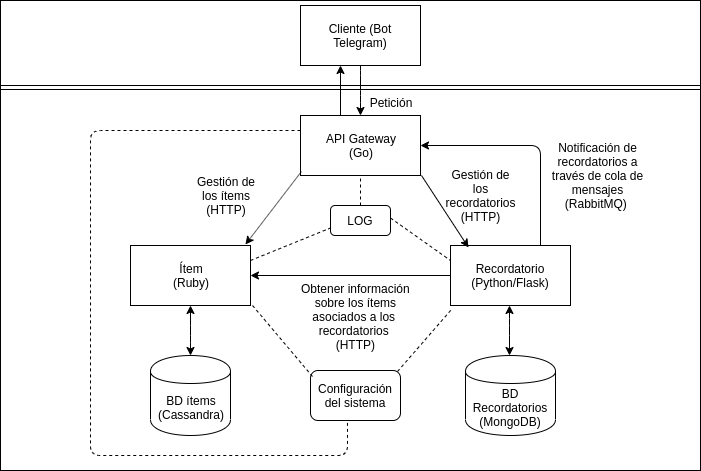
This is docs/images/arquitectura_cc.png from albertosml/PersonalAgenda, a draw.io export, as it was before one commit. Source tidied: cells renumbered, new cells last; positions are measured from the earlier drawing's top-left corner, leaving out a move shared by most shapes.
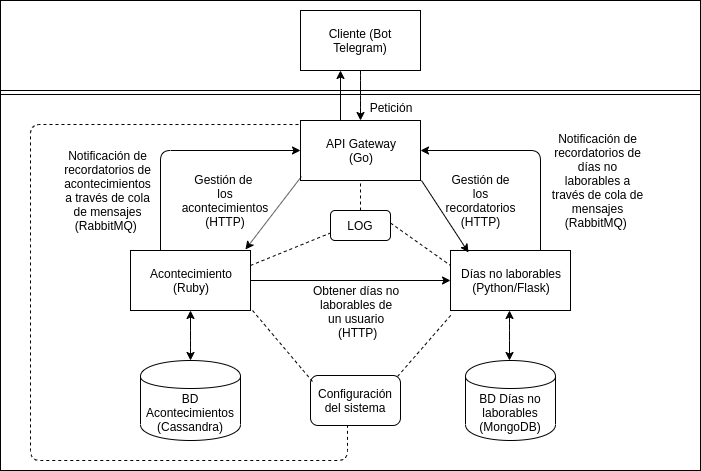
Above is the later version.

Change to the diagram source:
```diff
@@ -8,10 +8,10 @@
     <mxCell id="3" value="API Gateway&lt;br&gt;(Go)" style="rounded=0;whiteSpace=wrap;html=1;" parent="1" vertex="1">
       <mxGeometry x="300" y="115" width="120" height="60" as="geometry" />
     </mxCell>
-    <mxCell id="4" value="Ítem&lt;br&gt;(Ruby)" style="rounded=0;whiteSpace=wrap;html=1;" parent="1" vertex="1">
+    <mxCell id="4" value="Acontecimiento&lt;br&gt;(Ruby)" style="rounded=0;whiteSpace=wrap;html=1;" parent="1" vertex="1">
       <mxGeometry x="130" y="245" width="120" height="60" as="geometry" />
     </mxCell>
-    <mxCell id="5" value="Recordatorio&lt;br&gt;(Python/Flask)" style="rounded=0;whiteSpace=wrap;html=1;" parent="1" vertex="1">
+    <mxCell id="5" value="Días no laborables&lt;br&gt;(Python/Flask)" style="rounded=0;whiteSpace=wrap;html=1;" parent="1" vertex="1">
       <mxGeometry x="450" y="245" width="120" height="60" as="geometry" />
     </mxCell>
     <mxCell id="6" style="endArrow=classic;html=1;entryX=0.5;entryY=0;entryDx=0;entryDy=0;" parent="1" edge="1" target="3">
@@ -31,10 +31,10 @@
         <mxPoint x="421" y="175" as="sourcePoint" />
       </mxGeometry>
     </mxCell>
-    <mxCell id="9" value="BD ítems&lt;br&gt;(Cassandra)" style="shape=cylinder;whiteSpace=wrap;html=1;boundedLbl=1;backgroundOutline=1;" parent="1" vertex="1">
-      <mxGeometry x="150" y="355" width="80" height="80" as="geometry" />
+    <mxCell id="9" value="BD Acontecimientos&lt;br&gt;(Cassandra)" style="shape=cylinder;whiteSpace=wrap;html=1;boundedLbl=1;backgroundOutline=1;" parent="1" vertex="1">
+      <mxGeometry x="140" y="355" width="100" height="80" as="geometry" />
     </mxCell>
-    <mxCell id="10" value="BD Recordatorios&lt;br&gt;(MongoDB)" style="shape=cylinder;whiteSpace=wrap;html=1;boundedLbl=1;backgroundOutline=1;" parent="1" vertex="1">
+    <mxCell id="10" value="BD Días no laborables&lt;br&gt;(MongoDB)" style="shape=cylinder;whiteSpace=wrap;html=1;boundedLbl=1;backgroundOutline=1;" parent="1" vertex="1">
       <mxGeometry x="465" y="355" width="90" height="80" as="geometry" />
     </mxCell>
     <mxCell id="11" style="endArrow=classic;startArrow=classic;html=1;" parent="1" edge="1">
@@ -58,18 +58,18 @@
     <mxCell id="13" value="Petición" style="text;html=1;strokeColor=none;fillColor=none;align=center;verticalAlign=middle;whiteSpace=wrap;rounded=0;" parent="1" vertex="1">
       <mxGeometry x="370" y="92" width="40" height="20" as="geometry" />
     </mxCell>
-    <mxCell id="14" value="Gestión de &lt;br&gt;los ítems&lt;br&gt;(HTTP)" style="text;html=1;strokeColor=none;fillColor=none;align=center;verticalAlign=middle;whiteSpace=wrap;rounded=0;" parent="1" vertex="1">
+    <mxCell id="14" value="Gestión de &lt;br&gt;los acontecimientos&lt;br&gt;(HTTP)" style="text;html=1;strokeColor=none;fillColor=none;align=center;verticalAlign=middle;whiteSpace=wrap;rounded=0;" parent="1" vertex="1">
       <mxGeometry x="190" y="185" width="70" height="20" as="geometry" />
     </mxCell>
     <mxCell id="15" value="Gestión de los recordatorios&lt;br&gt;(HTTP)" style="text;html=1;strokeColor=none;fillColor=none;align=center;verticalAlign=middle;whiteSpace=wrap;rounded=0;" parent="1" vertex="1">
       <mxGeometry x="450" y="185" width="60" height="20" as="geometry" />
     </mxCell>
-    <mxCell id="16" style="endArrow=classic;html=1;entryX=1;entryY=0.5;entryDx=0;entryDy=0;exitX=0;exitY=0.5;exitDx=0;exitDy=0;" parent="1" edge="1" source="5" target="4">
+    <mxCell id="16" style="endArrow=classic;html=1;exitX=1;exitY=0.5;exitDx=0;exitDy=0;entryX=0;entryY=0.5;entryDx=0;entryDy=0;" parent="1" edge="1" source="4" target="5">
       <mxGeometry relative="1" as="geometry" />
     </mxCell>
-    <mxCell id="17" value="Obtener información&lt;br&gt;sobre los ítems&lt;br&gt;asociados a los &lt;br&gt;recordatorios&amp;nbsp;&lt;br&gt;(HTTP)" style="text;html=1;align=center;verticalAlign=middle;labelBackgroundColor=#ffffff;" parent="16" vertex="1">
+    <mxCell id="17" value="Obtener días no &lt;br&gt;laborables de &lt;br&gt;un usuario&amp;nbsp;&lt;br&gt;(HTTP)" style="text;html=1;align=center;verticalAlign=middle;labelBackgroundColor=#ffffff;" parent="16" vertex="1">
       <mxGeometry x="0.13" y="-2" relative="1" as="geometry">
-        <mxPoint x="18" y="42" as="offset" />
+        <mxPoint x="-8" y="28" as="offset" />
       </mxGeometry>
     </mxCell>
     <mxCell id="18" value="Configuración del sistema" style="rounded=1;whiteSpace=wrap;html=1;" parent="1" vertex="1">
@@ -82,7 +82,7 @@
         </Array>
       </mxGeometry>
     </mxCell>
-    <mxCell id="20" value="Notificación de recordatorios a través de cola de mensajes (RabbitMQ)&amp;nbsp;" style="text;html=1;strokeColor=none;fillColor=none;align=center;verticalAlign=middle;whiteSpace=wrap;rounded=0;" parent="1" vertex="1">
+    <mxCell id="20" value="Notificación de recordatorios de días no laborables a través de cola de mensajes (RabbitMQ)&amp;nbsp;" style="text;html=1;strokeColor=none;fillColor=none;align=center;verticalAlign=middle;whiteSpace=wrap;rounded=0;" parent="1" vertex="1">
       <mxGeometry x="550" y="165" width="95" height="20" as="geometry" />
     </mxCell>
     <mxCell id="21" value="LOG" style="rounded=1;whiteSpace=wrap;html=1;" parent="1" vertex="1">
@@ -97,7 +97,7 @@
       </mxGeometry>
     </mxCell>
     <mxCell id="23" style="rounded=0;whiteSpace=wrap;html=1;fillColor=none;" parent="1" vertex="1">
-      <mxGeometry width="700" height="470" as="geometry" />
+      <mxGeometry y="-5" width="700" height="470" as="geometry" />
     </mxCell>
     <mxCell id="24" style="endArrow=none;dashed=1;html=1;entryX=0.5;entryY=1;entryDx=0;entryDy=0;" parent="1" edge="1" target="3">
       <mxGeometry relative="1" as="geometry">
@@ -125,14 +125,25 @@
     <mxCell id="29" style="endArrow=none;dashed=1;html=1;exitX=1.017;exitY=1;exitDx=0;exitDy=0;exitPerimeter=0;entryX=0.022;entryY=0.12;entryDx=0;entryDy=0;entryPerimeter=0;" parent="1" edge="1" source="4" target="18">
       <mxGeometry relative="1" as="geometry" />
     </mxCell>
-    <mxCell id="30" style="endArrow=none;dashed=1;html=1;entryX=0.411;entryY=1;entryDx=0;entryDy=0;entryPerimeter=0;exitX=0;exitY=0.25;exitDx=0;exitDy=0;" parent="1" edge="1" source="3" target="18">
+    <mxCell id="30" style="endArrow=none;dashed=1;html=1;entryX=0.411;entryY=1;entryDx=0;entryDy=0;entryPerimeter=0;exitX=-0.017;exitY=0.067;exitDx=0;exitDy=0;exitPerimeter=0;" parent="1" edge="1" source="3" target="18">
       <mxGeometry relative="1" as="geometry">
         <Array as="points">
-          <mxPoint x="90" y="130" />
-          <mxPoint x="90" y="455" />
+          <mxPoint x="30" y="119" />
+          <mxPoint x="30" y="245" />
+          <mxPoint x="30" y="455" />
           <mxPoint x="347" y="455" />
         </Array>
       </mxGeometry>
     </mxCell>
+    <mxCell id="31" style="endArrow=classic;html=1;exitX=0.25;exitY=0;exitDx=0;exitDy=0;entryX=0;entryY=0.5;entryDx=0;entryDy=0;" parent="1" edge="1" source="4" target="3">
+      <mxGeometry relative="1" as="geometry">
+        <Array as="points">
+          <mxPoint x="160" y="145" />
+        </Array>
+      </mxGeometry>
+    </mxCell>
+    <mxCell id="32" value="Notificación de recordatorios de acontecimientos a través de cola de mensajes (RabbitMQ)&amp;nbsp;" style="text;html=1;strokeColor=none;fillColor=none;align=center;verticalAlign=middle;whiteSpace=wrap;rounded=0;" parent="1" vertex="1">
+      <mxGeometry x="60" y="175" width="95" height="20" as="geometry" />
+    </mxCell>
   </root>
 </mxGraphModel>
```
